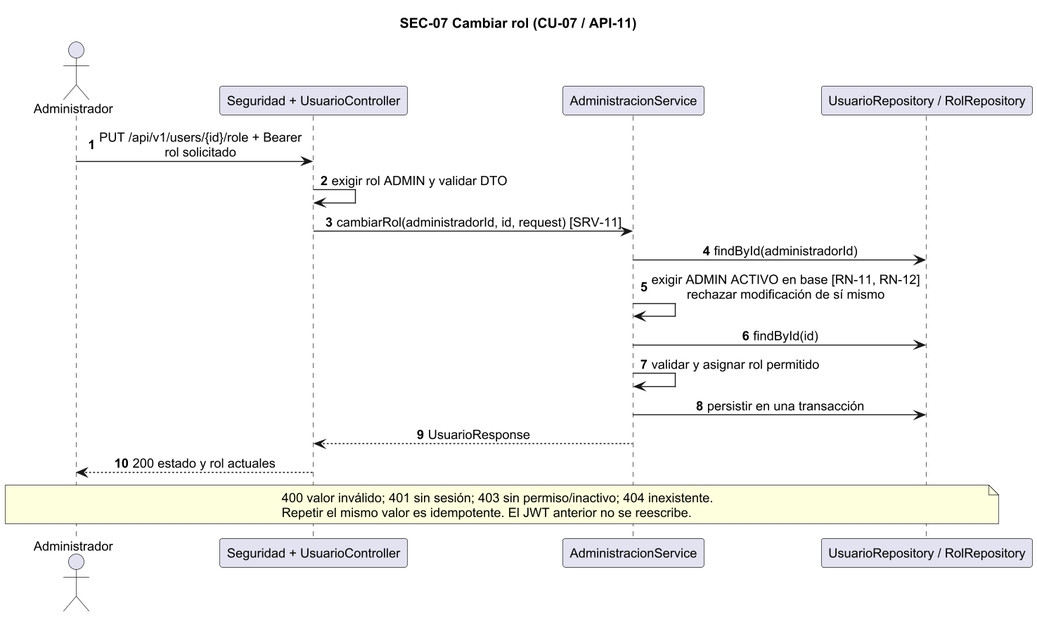
CarlaGorgal2002/deliverygo-usuarios-auth keeps this PlantUML diagram as doc/Diagramas/SEC-07.png. Above is the earlier version. The source it was exported from:
```plantuml
@startuml SEC-07
skinparam dpi 135
skinparam shadowing false
skinparam defaultFontName Arial
skinparam defaultFontSize 13
skinparam sequenceMessageAlign center
title SEC-07 Cambiar rol (CU-07 / API-11)
autonumber
actor Administrador as A
participant "Seguridad + UsuarioController" as C
participant AdministracionService as S
participant "UsuarioRepository / RolRepository" as R
A -> C : PUT /api/v1/users/{id}/role + Bearer\nrol solicitado
C -> C : exigir rol ADMIN y validar DTO
C -> S : cambiarRol(administradorId, id, request) [SRV-11]
S -> R : findById(administradorId)
S -> S : exigir ADMIN ACTIVO en base [RN-11, RN-12]\nrechazar modificación de sí mismo
S -> R : findById(id)
S -> S : validar y asignar rol permitido
S -> R : persistir en una transacción
S --> C : UsuarioResponse
C --> A : 200 estado y rol actuales
note over A,R : 400 valor inválido; 401 sin sesión; 403 sin permiso/inactivo; 404 inexistente.\nRepetir el mismo valor es idempotente. El JWT anterior no se reescribe.
@enduml
```
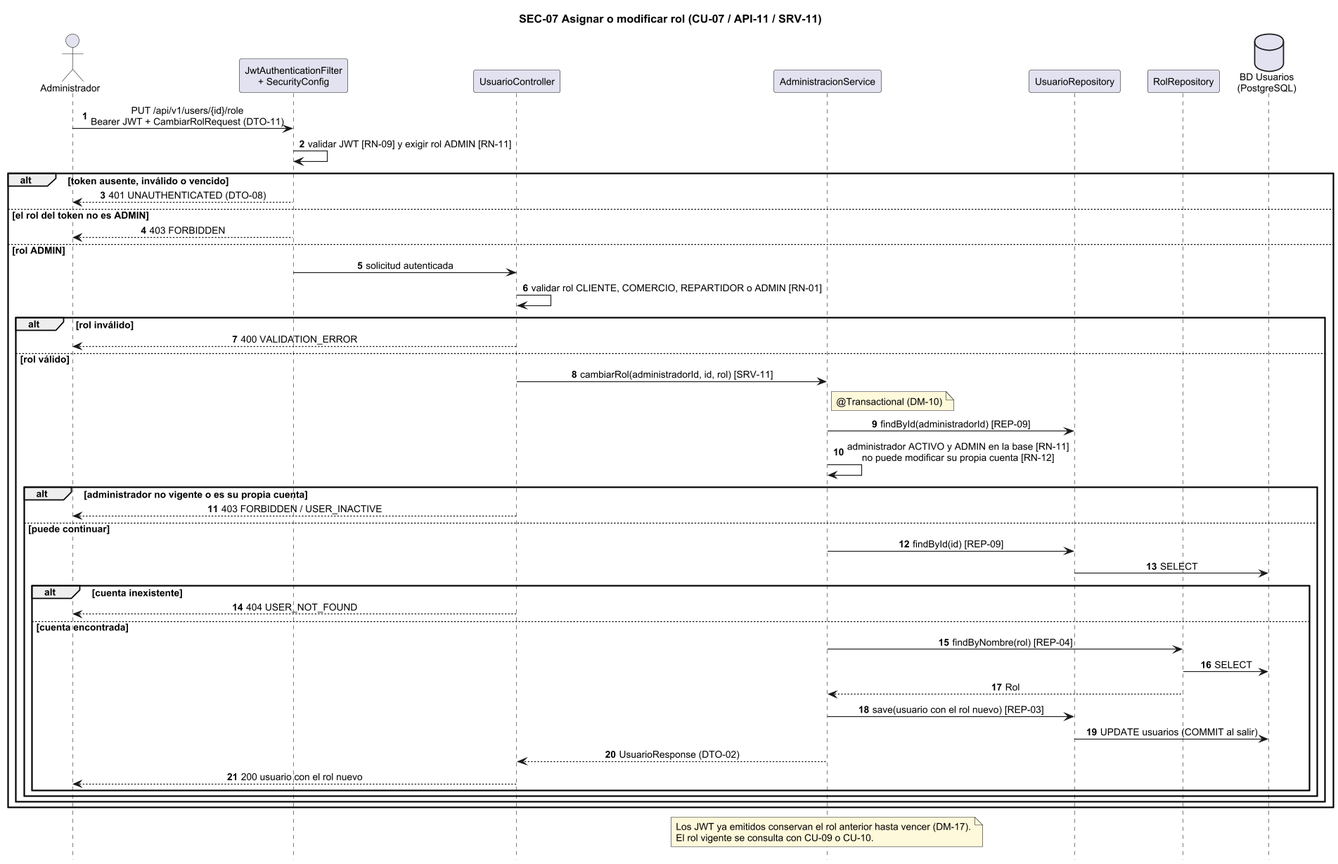
Above is the later version.

The edit, as a diff of the source:
```diff
@@ -1,24 +1,57 @@
 @startuml SEC-07
-skinparam dpi 135
+skinparam dpi 110
 skinparam shadowing false
 skinparam defaultFontName Arial
-skinparam defaultFontSize 13
+skinparam defaultFontSize 12
 skinparam sequenceMessageAlign center
-title SEC-07 Cambiar rol (CU-07 / API-11)
+skinparam responseMessageBelowArrow true
+skinparam NoteBackgroundColor #FFF9DB
+skinparam ParticipantPadding 12
+hide footbox
+title SEC-07 Asignar o modificar rol (CU-07 / API-11 / SRV-11)
 autonumber
 actor Administrador as A
-participant "Seguridad + UsuarioController" as C
+participant "JwtAuthenticationFilter\n+ SecurityConfig" as F
+participant UsuarioController as C
 participant AdministracionService as S
-participant "UsuarioRepository / RolRepository" as R
-A -> C : PUT /api/v1/users/{id}/role + Bearer\nrol solicitado
-C -> C : exigir rol ADMIN y validar DTO
-C -> S : cambiarRol(administradorId, id, request) [SRV-11]
-S -> R : findById(administradorId)
-S -> S : exigir ADMIN ACTIVO en base [RN-11, RN-12]\nrechazar modificación de sí mismo
-S -> R : findById(id)
-S -> S : validar y asignar rol permitido
-S -> R : persistir en una transacción
-S --> C : UsuarioResponse
-C --> A : 200 estado y rol actuales
-note over A,R : 400 valor inválido; 401 sin sesión; 403 sin permiso/inactivo; 404 inexistente.\nRepetir el mismo valor es idempotente. El JWT anterior no se reescribe.
+participant UsuarioRepository as UR
+participant RolRepository as RR
+database "BD Usuarios\n(PostgreSQL)" as DB
+
+A -> F : PUT /api/v1/users/{id}/role\nBearer JWT + CambiarRolRequest (DTO-11)
+F -> F : validar JWT [RN-09] y exigir rol ADMIN [RN-11]
+alt token ausente, inválido o vencido
+  F --> A : 401 UNAUTHENTICATED (DTO-08)
+else el rol del token no es ADMIN
+  F --> A : 403 FORBIDDEN
+else rol ADMIN
+  F -> C : solicitud autenticada
+  C -> C : validar rol CLIENTE, COMERCIO, REPARTIDOR o ADMIN [RN-01]
+  alt rol inválido
+    C --> A : 400 VALIDATION_ERROR
+  else rol válido
+    C -> S : cambiarRol(administradorId, id, rol) [SRV-11]
+    note right of S : @Transactional (DM-10)
+    S -> UR : findById(administradorId) [REP-09]
+    S -> S : administrador ACTIVO y ADMIN en la base [RN-11]\nno puede modificar su propia cuenta [RN-12]
+    alt administrador no vigente o es su propia cuenta
+      C --> A : 403 FORBIDDEN / USER_INACTIVE
+    else puede continuar
+      S -> UR : findById(id) [REP-09]
+      UR -> DB : SELECT
+      alt cuenta inexistente
+        C --> A : 404 USER_NOT_FOUND
+      else cuenta encontrada
+        S -> RR : findByNombre(rol) [REP-04]
+        RR -> DB : SELECT
+        RR --> S : Rol
+        S -> UR : save(usuario con el rol nuevo) [REP-03]
+        UR -> DB : UPDATE usuarios (COMMIT al salir)
+        S --> C : UsuarioResponse (DTO-02)
+        C --> A : 200 usuario con el rol nuevo
+      end
+    end
+  end
+end
+note over S : Los JWT ya emitidos conservan el rol anterior hasta vencer (DM-17).\nEl rol vigente se consulta con CU-09 o CU-10.
 @enduml
```
